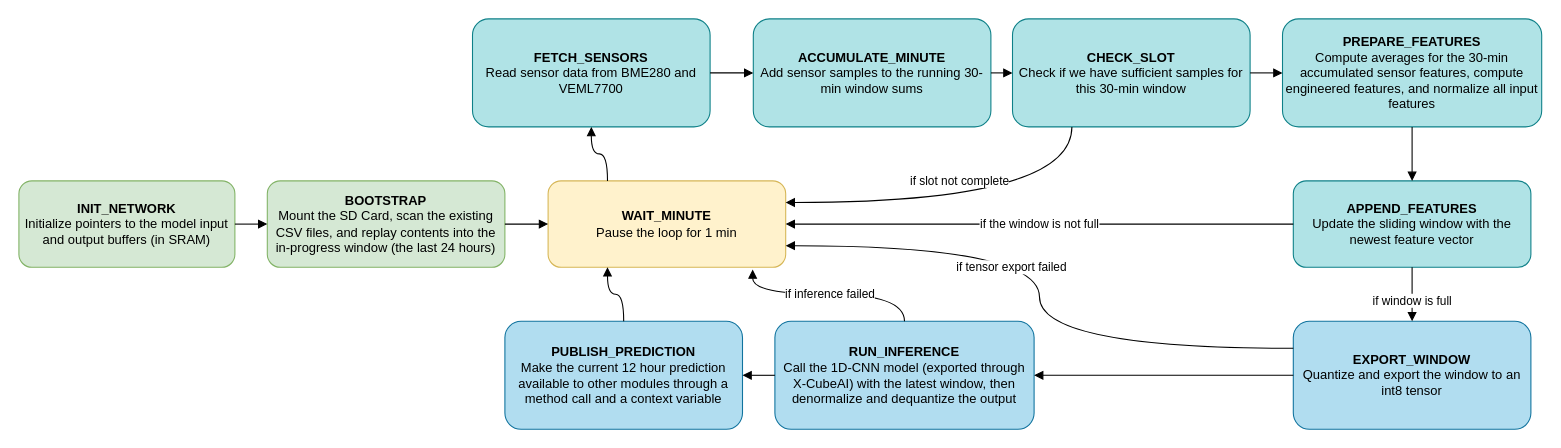
The draw.io diagram page "forecast_temp_task State Machine" (8 of 10) of tinyml_home_weather_forecasting.drawio in rishi-latchmepersad/TinyML-Home-Weather-Forecasting, before the edit. Source tidied: cells renumbered, new cells numbered last; positions are measured from the earlier drawing's top-left corner, leaving out a move shared by most shapes. Both pictures are drawn from the tidied source at 108%, with x=0, y=0 at pixel (18, 18).
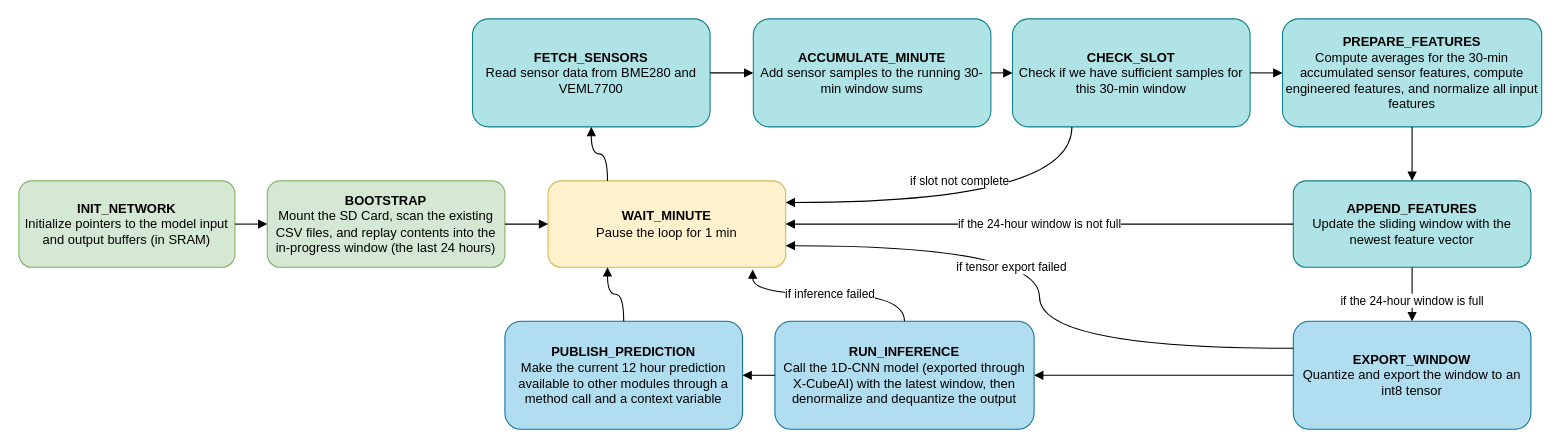
The same diagram, later.

Unchanged cells that the change refers to:
```xml
<mxCell id="8" value="&lt;b&gt;APPEND_FEATURES&lt;/b&gt;&lt;div&gt;Update the sliding window with the newest feature vector&lt;/div&gt;" style="rounded=1;whiteSpace=wrap;html=1;fillColor=#b0e3e6;strokeColor=#0e8088;" parent="1" vertex="1">
  <mxGeometry x="1180" y="150" width="220" height="80" as="geometry" />
</mxCell>
<mxCell id="9" value="&lt;b&gt;WAIT_MINUTE&lt;/b&gt;&lt;div&gt;Pause the loop for 1 min&lt;/div&gt;" style="rounded=1;whiteSpace=wrap;html=1;fillColor=#fff2cc;strokeColor=#d6b656;" parent="1" vertex="1">
  <mxGeometry x="490" y="150" width="220" height="80" as="geometry" />
</mxCell>
<mxCell id="20" style="endArrow=block;html=1;rounded=0;strokeColor=#000000;" parent="1" edge="1" source="8" target="11">
  <mxGeometry relative="1" as="geometry" />
</mxCell>
```

What changed in the source:
```diff
@@
-    <mxCell id="21" value="if window is full" style="edgeLabel;html=1;align=center;verticalAlign=middle;" parent="20" vertex="1">
+    <mxCell id="21" value="if the 24-hour window is full" style="edgeLabel;html=1;align=center;verticalAlign=middle;" parent="20" vertex="1">
       <mxGeometry x="0.2" y="-1" relative="1" as="geometry" />
     </mxCell>
@@
-    <mxCell id="26" value="if the window is not full" style="endArrow=block;html=1;rounded=0;strokeColor=#000000;" parent="1" edge="1" source="8" target="9">
+    <mxCell id="26" value="if the 24-hour window is not full" style="endArrow=block;html=1;rounded=0;strokeColor=#000000;" parent="1" edge="1" source="8" target="9">
       <mxGeometry relative="1" as="geometry" />
     </mxCell>
```
